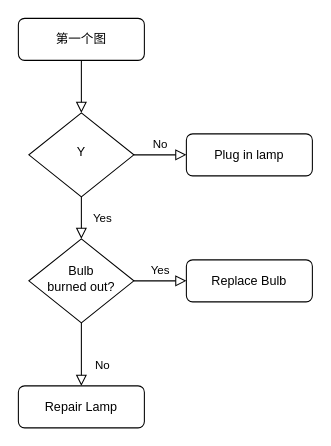
kowloonzh/imgse keeps this draw.io diagram as diagram/未命名绘图.drawio. Above is the earlier version. Source tidied: cells renumbered, new cells numbered last; positions are measured from the earlier drawing's top-left corner, leaving out a move shared by most shapes. Both pictures are drawn from the tidied source at 105%, with x=0, y=0 at pixel (18, 18).
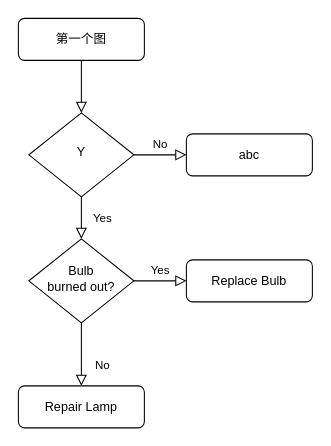
The same page after the edit.

Commit message:
更新未命名绘图.drawio

The edit, as a diff of the source:
```diff
@@
 <mxGraphModel>
   <root>
     <mxCell id="0" />
     <mxCell id="1" parent="0" />
     <mxCell id="2" style="rounded=0;html=1;jettySize=auto;fontSize=11;endArrow=block;endFill=0;endSize=8;strokeWidth=1;shadow=0;labelBackgroundColor=none;edgeStyle=orthogonalEdgeStyle;" parent="1" edge="1" source="3" target="6">
       <mxGeometry relative="1" as="geometry" />
     </mxCell>
     <mxCell id="3" value="第一个图" style="rounded=1;whiteSpace=wrap;html=1;fontSize=12;glass=0;strokeWidth=1;shadow=0;" parent="1" vertex="1">
       <mxGeometry width="120" height="40" as="geometry" />
     </mxCell>
     <mxCell id="4" value="Yes" style="rounded=0;html=1;jettySize=auto;fontSize=11;endArrow=block;endFill=0;endSize=8;strokeWidth=1;shadow=0;labelBackgroundColor=none;edgeStyle=orthogonalEdgeStyle;" parent="1" edge="1" source="6" target="10">
       <mxGeometry y="20" relative="1" as="geometry" />
     </mxCell>
     <mxCell id="5" value="No" style="edgeStyle=orthogonalEdgeStyle;rounded=0;html=1;jettySize=auto;fontSize=11;endArrow=block;endFill=0;endSize=8;strokeWidth=1;shadow=0;labelBackgroundColor=none;" parent="1" edge="1" source="6" target="7">
       <mxGeometry y="10" relative="1" as="geometry" />
     </mxCell>
     <mxCell id="6" value="Y" style="rhombus;whiteSpace=wrap;html=1;shadow=0;fontFamily=Helvetica;fontSize=12;align=center;strokeWidth=1;spacing=6;spacingTop=-4;" parent="1" vertex="1">
       <mxGeometry x="10" y="90" width="100" height="80" as="geometry" />
     </mxCell>
-    <mxCell id="7" value="Plug in lamp" style="rounded=1;whiteSpace=wrap;html=1;fontSize=12;glass=0;strokeWidth=1;shadow=0;" parent="1" vertex="1">
+    <mxCell id="7" value="abc" style="rounded=1;whiteSpace=wrap;html=1;fontSize=12;glass=0;strokeWidth=1;shadow=0;" parent="1" vertex="1">
       <mxGeometry x="160" y="110" width="120" height="40" as="geometry" />
     </mxCell>
     <mxCell id="8" value="No" style="rounded=0;html=1;jettySize=auto;fontSize=11;endArrow=block;endFill=0;endSize=8;strokeWidth=1;shadow=0;labelBackgroundColor=none;edgeStyle=orthogonalEdgeStyle;" parent="1" edge="1" source="10" target="11">
       <mxGeometry x="0.33" y="20" relative="1" as="geometry" />
     </mxCell>
     <mxCell id="9" value="Yes" style="edgeStyle=orthogonalEdgeStyle;rounded=0;html=1;jettySize=auto;fontSize=11;endArrow=block;endFill=0;endSize=8;strokeWidth=1;shadow=0;labelBackgroundColor=none;" parent="1" edge="1" source="10" target="12">
       <mxGeometry y="10" relative="1" as="geometry" />
     </mxCell>
     <mxCell id="10" value="Bulb&lt;br&gt;burned out?" style="rhombus;whiteSpace=wrap;html=1;shadow=0;fontFamily=Helvetica;fontSize=12;align=center;strokeWidth=1;spacing=6;spacingTop=-4;" parent="1" vertex="1">
       <mxGeometry x="10" y="210" width="100" height="80" as="geometry" />
     </mxCell>
     <mxCell id="11" value="Repair Lamp" style="rounded=1;whiteSpace=wrap;html=1;fontSize=12;glass=0;strokeWidth=1;shadow=0;" parent="1" vertex="1">
       <mxGeometry y="350" width="120" height="40" as="geometry" />
     </mxCell>
     <mxCell id="12" value="Replace Bulb" style="rounded=1;whiteSpace=wrap;html=1;fontSize=12;glass=0;strokeWidth=1;shadow=0;" parent="1" vertex="1">
       <mxGeometry x="160" y="230" width="120" height="40" as="geometry" />
     </mxCell>
   </root>
 </mxGraphModel>
```
